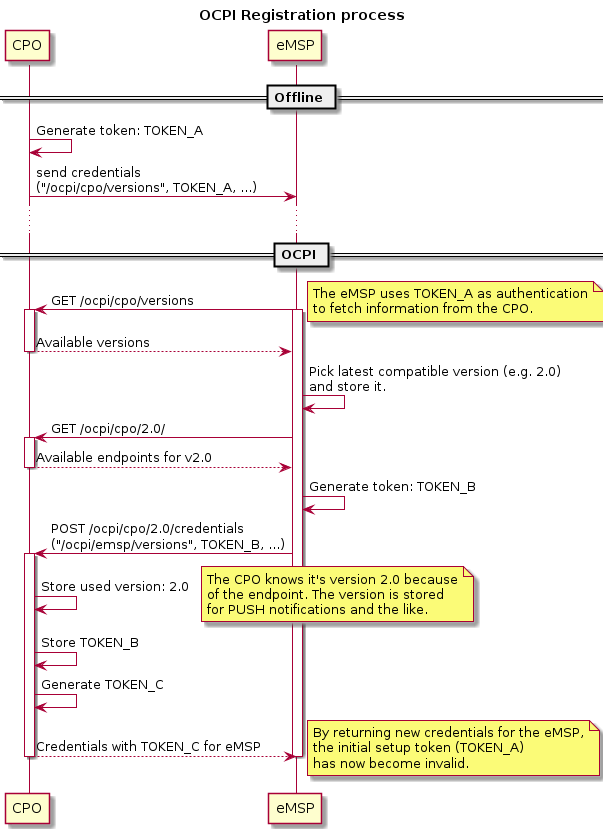
This is data/registration-sequence.png from ocpi/ocpi, a PlantUML export, as it was before one commit.
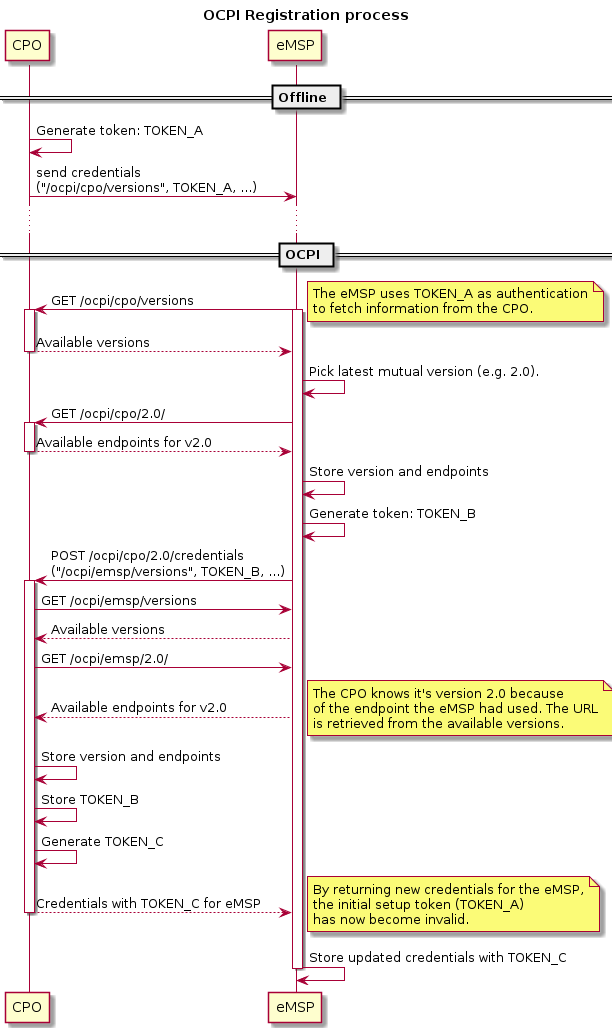
After the change.

The edit, as a diff of the source:
```diff
@@ -23,33 +23,38 @@
 CPO --> eMSP: Available versions
 deactivate CPO
 
-eMSP -> eMSP: Pick latest compatible version (e.g. 2.0)\nand store it.
+eMSP -> eMSP: Pick latest mutual version (e.g. 2.0).
 CPO <- eMSP: GET /ocpi/cpo/2.0/
 activate CPO
 CPO --> eMSP: Available endpoints for v2.0
 deactivate CPO
-
+eMSP -> eMSP: Store version and endpoints
 eMSP -> eMSP: Generate token: TOKEN_B
 CPO <- eMSP: POST /ocpi/cpo/2.0/credentials \n("/ocpi/emsp/versions", TOKEN_B, ...)
 
 activate CPO
-CPO -> CPO: Store used version: 2.0
+CPO -> eMSP: GET /ocpi/emsp/versions
+CPO <-- eMSP: Available versions
+CPO -> eMSP: GET /ocpi/emsp/2.0/
+CPO <-- eMSP: Available endpoints for v2.0
 note right
     The CPO knows it's version 2.0 because
-    of the endpoint. The version is stored
-    for PUSH notifications and the like.
+    of the endpoint the eMSP had used. The URL
+    is retrieved from the available versions.
 end note
+CPO -> CPO: Store version and endpoints
 CPO -> CPO: Store TOKEN_B
 CPO -> CPO: Generate TOKEN_C
 CPO --> eMSP: Credentials with TOKEN_C for eMSP
 deactivate CPO
-
-deactivate eMSP
 
 note right
     By returning new credentials for the eMSP,
     the initial setup token (TOKEN_A)
     has now become invalid.
 end note
+eMSP -> eMSP: Store updated credentials with TOKEN_C
+
+deactivate eMSP
 
 @enduml
```
